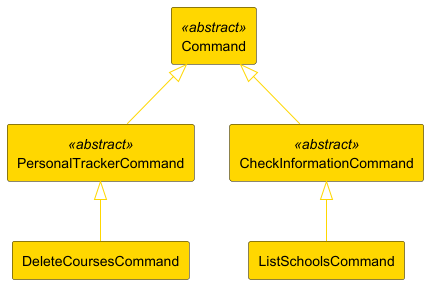
Above: docs/images/MiniCommandClass.png in nus-cs2113-AY2425S1/tp (PlantUML), before the change. The source it was exported from:
```plantuml
@startuml

skinparam componentStyle rectangle

component PersonalTrackerCommand <<abstract>> #gold
component CheckInformationCommand <<abstract>> #gold
component ListSchoolsCommand #gold
component DeleteCoursesCommand #gold
component Command <<abstract>> #gold

PersonalTrackerCommand -up[#gold]-|> Command
CheckInformationCommand -up[#gold]-|> Command

ListSchoolsCommand -up[#gold]-|> CheckInformationCommand
DeleteCoursesCommand -up[#gold]-|> PersonalTrackerCommand

@enduml
```
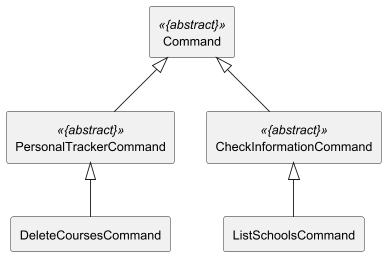
After the change.

What changed in the source:
```diff
@@ -2,16 +2,16 @@
 
 skinparam componentStyle rectangle
 
-component PersonalTrackerCommand <<abstract>> #gold
-component CheckInformationCommand <<abstract>> #gold
-component ListSchoolsCommand #gold
-component DeleteCoursesCommand #gold
-component Command <<abstract>> #gold
+component PersonalTrackerCommand <<{abstract}>>
+component CheckInformationCommand <<{abstract}>>
+component ListSchoolsCommand
+component DeleteCoursesCommand
+component Command <<{abstract}>>
 
-PersonalTrackerCommand -up[#gold]-|> Command
-CheckInformationCommand -up[#gold]-|> Command
+PersonalTrackerCommand -up-|> Command
+CheckInformationCommand -up-|> Command
 
-ListSchoolsCommand -up[#gold]-|> CheckInformationCommand
-DeleteCoursesCommand -up[#gold]-|> PersonalTrackerCommand
+ListSchoolsCommand -up-|> CheckInformationCommand
+DeleteCoursesCommand -up-|> PersonalTrackerCommand
 
 @enduml
```
